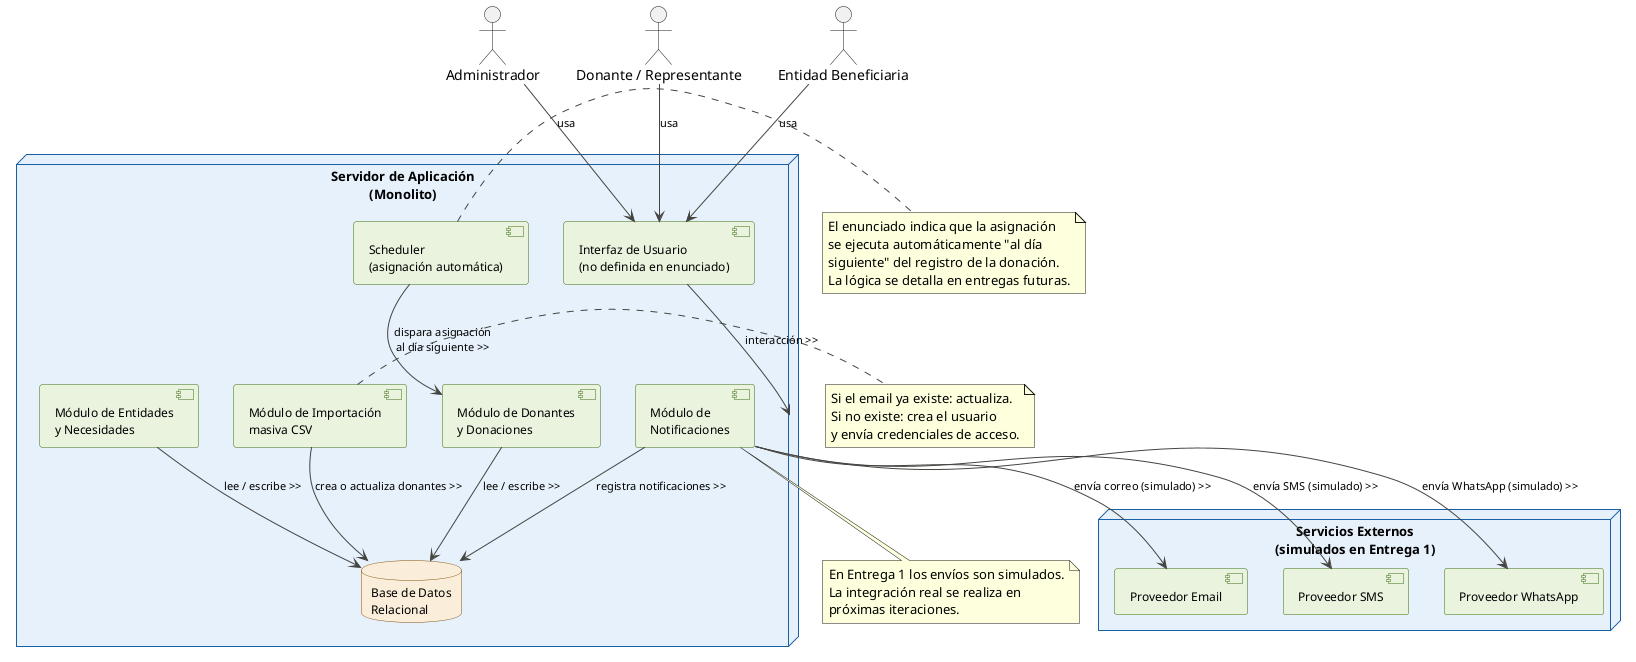
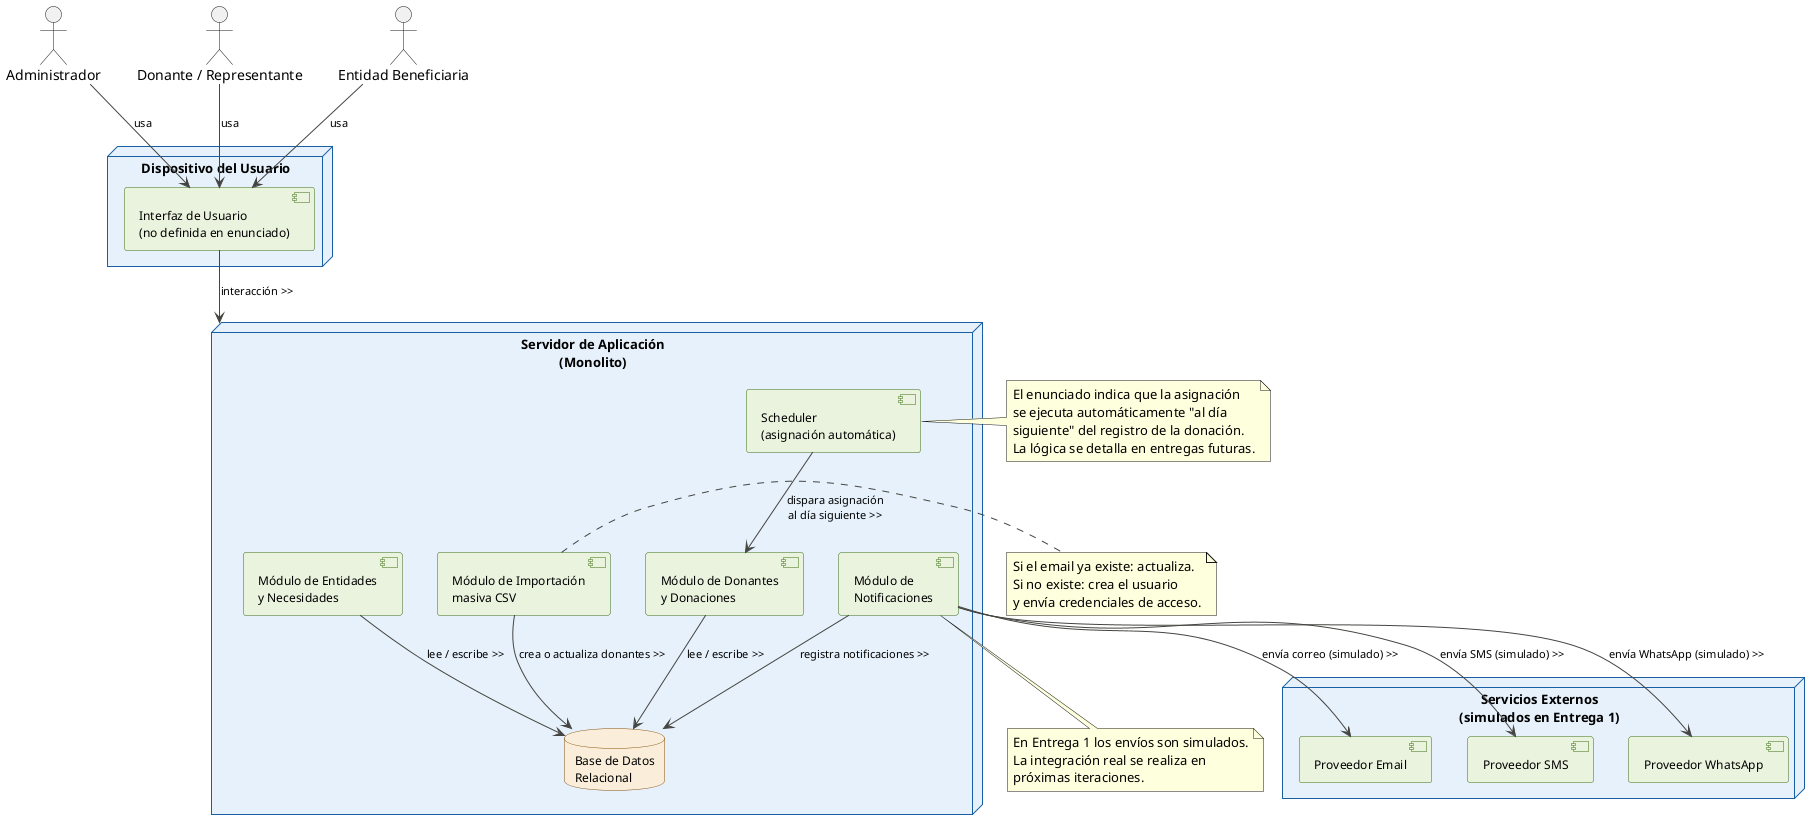
@startuml

skinparam node {
  BackgroundColor #E6F1FB
  BorderColor #185FA5
  FontName Arial
  FontSize 13
}
skinparam component {
  BackgroundColor #EAF3DE
  BorderColor #3B6D11
  FontName Arial
  FontSize 12
}
skinparam database {
  BackgroundColor #FAEEDA
  BorderColor #854F0B
  FontName Arial
  FontSize 12
}
skinparam arrow {
  Color #444441
  FontName Arial
  FontSize 11
}

actor "Administrador" as admin
actor "Donante / Representante" as donante
actor "Entidad Beneficiaria" as beneficiaria

+ node "Dispositivo del Usuario" as cliente {
+   component "Interfaz de Usuario\n(no definida en enunciado)" as ui
+ }

node "Servidor de Aplicación\n(Monolito)" as appserver {
- component "Interfaz de Usuario\n(no definida en enunciado)" as ui
  component "Módulo de Donantes\ny Donaciones" as modDonaciones
  component "Módulo de Entidades\ny Necesidades" as modEntidades
  component "Módulo de Importación\nmasiva CSV" as modCSV
  component "Módulo de\nNotificaciones" as modNotif
  component "Scheduler\n(asignación automática)" as scheduler
  database "Base de Datos\nRelacional" as db
}

database "Base de Datos\nRelacional" as db

node "Servicios Externos\n(simulados en Entrega 1)" as external {
  component "Proveedor Email" as emailSvc
  component "Proveedor SMS" as smsSvc
  component "Proveedor WhatsApp" as waSvc
}

admin --> ui : usa
donante --> ui : usa
beneficiaria --> ui : usa

ui --> appserver : interacción >>

modDonaciones --> db : lee / escribe >>
modEntidades --> db : lee / escribe >>
modCSV --> db : crea o actualiza donantes >>
modNotif --> db : registra notificaciones >>
scheduler --> modDonaciones : dispara asignación\nal día siguiente >>

modNotif --> emailSvc : envía correo (simulado) >>
modNotif --> smsSvc : envía SMS (simulado) >>
modNotif --> waSvc : envía WhatsApp (simulado) >>

note right of scheduler
  El enunciado indica que la asignación
  se ejecuta automáticamente "al día
  siguiente" del registro de la donación.
  La lógica se detalla en entregas futuras.
end note

note right of modCSV
  Si el email ya existe: actualiza.
  Si no existe: crea el usuario
  y envía credenciales de acceso.
end note

note bottom of modNotif
  En Entrega 1 los envíos son simulados.
  La integración real se realiza en
  próximas iteraciones.
end note

@enduml